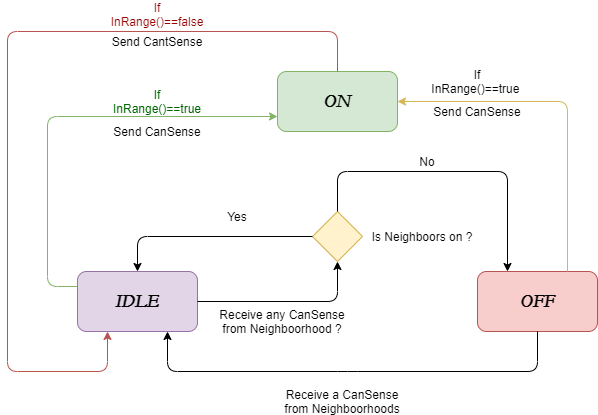
This is Latex/Immagini/Sensor_state_machine.png from PaioPaio/IMM-Sensors-Network, a draw.io export, as it was before one commit. Source tidied: cells renumbered, new cells last; positions are measured from the earlier drawing's top-left corner, leaving out a move shared by most shapes. Its diagram source:
```xml
<mxGraphModel>
  <root>
    <mxCell id="0" />
    <mxCell id="1" parent="0" />
    <mxCell id="2" style="rounded=1;whiteSpace=wrap;html=1;fillColor=#d5e8d4;strokeColor=#82b366;" parent="1" vertex="1">
      <mxGeometry x="270" y="60" width="120" height="60" as="geometry" />
    </mxCell>
    <mxCell id="3" style="rounded=1;whiteSpace=wrap;html=1;fillColor=#e1d5e7;strokeColor=#9673a6;" parent="1" vertex="1">
      <mxGeometry x="70" y="260" width="120" height="60" as="geometry" />
    </mxCell>
    <mxCell id="4" style="rounded=1;whiteSpace=wrap;html=1;fillColor=#f8cecc;strokeColor=#b85450;" parent="1" vertex="1">
      <mxGeometry x="470" y="260" width="120" height="60" as="geometry" />
    </mxCell>
    <mxCell id="5" style="endArrow=classic;html=1;entryX=1;entryY=0.5;entryDx=0;entryDy=0;fillColor=#fff2cc;strokeColor=#d6b656;exitX=0.75;exitY=0;exitDx=0;exitDy=0;" parent="1" edge="1" source="4" target="2">
      <mxGeometry relative="1" as="geometry">
        <Array as="points">
          <mxPoint x="560" y="90" />
        </Array>
      </mxGeometry>
    </mxCell>
    <mxCell id="6" style="rhombus;whiteSpace=wrap;html=1;fillColor=#fff2cc;strokeColor=#d6b656;" parent="1" vertex="1">
      <mxGeometry x="305" y="200" width="50" height="50" as="geometry" />
    </mxCell>
    <mxCell id="7" style="endArrow=classic;html=1;entryX=0.5;entryY=1;entryDx=0;entryDy=0;exitX=1;exitY=0.5;exitDx=0;exitDy=0;" parent="1" edge="1" source="3" target="6">
      <mxGeometry relative="1" as="geometry">
        <Array as="points">
          <mxPoint x="330" y="290" />
        </Array>
      </mxGeometry>
    </mxCell>
    <mxCell id="8" style="endArrow=classic;html=1;entryX=0.25;entryY=0;entryDx=0;entryDy=0;exitX=0.5;exitY=0;exitDx=0;exitDy=0;" parent="1" edge="1" source="6" target="4">
      <mxGeometry relative="1" as="geometry">
        <Array as="points">
          <mxPoint x="330" y="160" />
          <mxPoint x="500" y="160" />
        </Array>
      </mxGeometry>
    </mxCell>
    <mxCell id="9" style="endArrow=classic;html=1;entryX=0.5;entryY=0;entryDx=0;entryDy=0;exitX=0;exitY=0.5;exitDx=0;exitDy=0;" parent="1" edge="1" source="6" target="3">
      <mxGeometry relative="1" as="geometry">
        <Array as="points">
          <mxPoint x="130" y="225" />
        </Array>
      </mxGeometry>
    </mxCell>
    <mxCell id="10" style="endArrow=classic;html=1;entryX=0.75;entryY=1;entryDx=0;entryDy=0;exitX=0.5;exitY=1;exitDx=0;exitDy=0;fillColor=#d5e8d4;strokeColor=#000000;" parent="1" edge="1" source="4" target="3">
      <mxGeometry relative="1" as="geometry">
        <Array as="points">
          <mxPoint x="530" y="360" />
          <mxPoint x="340" y="360" />
          <mxPoint x="160" y="360" />
        </Array>
      </mxGeometry>
    </mxCell>
    <mxCell id="11" style="endArrow=classic;html=1;entryX=0;entryY=0.75;entryDx=0;entryDy=0;exitX=0;exitY=0.25;exitDx=0;exitDy=0;fillColor=#d5e8d4;strokeColor=#82b366;" parent="1" edge="1" source="3" target="2">
      <mxGeometry relative="1" as="geometry">
        <Array as="points">
          <mxPoint x="40" y="275" />
          <mxPoint x="40" y="105" />
        </Array>
      </mxGeometry>
    </mxCell>
    <mxCell id="12" style="endArrow=classic;html=1;entryX=0.25;entryY=1;entryDx=0;entryDy=0;exitX=0.5;exitY=0;exitDx=0;exitDy=0;fillColor=#f8cecc;strokeColor=#b85450;" parent="1" edge="1" source="2" target="3">
      <mxGeometry relative="1" as="geometry">
        <Array as="points">
          <mxPoint x="330" y="20" />
          <mxPoint y="20" />
          <mxPoint y="360" />
          <mxPoint x="100" y="360" />
        </Array>
      </mxGeometry>
    </mxCell>
    <mxCell id="13" value="&lt;font size=&quot;1&quot;&gt;&lt;b&gt;&lt;i&gt;&lt;font style=&quot;font-size: 18px&quot; face=&quot;Garamond&quot;&gt;ON&lt;/font&gt;&lt;/i&gt;&lt;/b&gt;&lt;/font&gt;" style="text;html=1;strokeColor=none;fillColor=none;align=center;verticalAlign=middle;whiteSpace=wrap;rounded=0;" parent="1" vertex="1">
      <mxGeometry x="310" y="80" width="40" height="20" as="geometry" />
    </mxCell>
    <mxCell id="14" value="&lt;font style=&quot;font-size: 18px&quot; face=&quot;Garamond&quot;&gt;&lt;b&gt;&lt;i&gt;&lt;font style=&quot;font-size: 18px&quot;&gt;IDLE&lt;/font&gt;&lt;/i&gt;&lt;/b&gt;&lt;/font&gt;" style="text;html=1;strokeColor=none;fillColor=none;align=center;verticalAlign=middle;whiteSpace=wrap;rounded=0;" parent="1" vertex="1">
      <mxGeometry x="110" y="280" width="40" height="20" as="geometry" />
    </mxCell>
    <mxCell id="15" value="&lt;font face=&quot;Garamond&quot;&gt;&lt;b&gt;&lt;i&gt;&lt;font style=&quot;font-size: 18px&quot;&gt;OFF&lt;/font&gt;&lt;/i&gt;&lt;/b&gt;&lt;/font&gt;" style="text;html=1;strokeColor=none;fillColor=none;align=center;verticalAlign=middle;whiteSpace=wrap;rounded=0;" parent="1" vertex="1">
      <mxGeometry x="510" y="280" width="40" height="20" as="geometry" />
    </mxCell>
    <mxCell id="16" value="If&lt;br&gt;InRange()==true&amp;nbsp;" style="text;html=1;strokeColor=none;fillColor=none;align=center;verticalAlign=middle;whiteSpace=wrap;rounded=0;" parent="1" vertex="1">
      <mxGeometry x="450" y="60" width="40" height="20" as="geometry" />
    </mxCell>
    <mxCell id="17" value="Receive a CanSense from Neighboorhoods" style="text;html=1;strokeColor=none;fillColor=none;align=center;verticalAlign=middle;whiteSpace=wrap;rounded=0;" parent="1" vertex="1">
      <mxGeometry x="270" y="380" width="130" height="20" as="geometry" />
    </mxCell>
    <mxCell id="18" value="&lt;font color=&quot;#006600&quot;&gt;If InRange()==true&lt;/font&gt;" style="text;html=1;strokeColor=none;fillColor=none;align=center;verticalAlign=middle;whiteSpace=wrap;rounded=0;" parent="1" vertex="1">
      <mxGeometry x="130" y="80" width="40" height="20" as="geometry" />
    </mxCell>
    <mxCell id="19" value="&lt;font color=&quot;#990000&quot;&gt;If InRange()==false&lt;br&gt;&lt;br&gt;&lt;/font&gt;" style="text;html=1;strokeColor=none;fillColor=none;align=center;verticalAlign=middle;whiteSpace=wrap;rounded=0;" parent="1" vertex="1">
      <mxGeometry x="130" width="40" height="20" as="geometry" />
    </mxCell>
    <mxCell id="20" value="Receive any CanSense from Neighboorhood ?" style="text;html=1;strokeColor=none;fillColor=none;align=center;verticalAlign=middle;whiteSpace=wrap;rounded=0;" parent="1" vertex="1">
      <mxGeometry x="210" y="300" width="130" height="20" as="geometry" />
    </mxCell>
    <mxCell id="21" style="edgeStyle=orthogonalEdgeStyle;rounded=0;orthogonalLoop=1;jettySize=auto;html=1;exitX=0.5;exitY=1;exitDx=0;exitDy=0;" parent="1" edge="1" source="20" target="20">
      <mxGeometry relative="1" as="geometry" />
    </mxCell>
    <mxCell id="22" value="Is Neighboors on ?" style="text;html=1;strokeColor=none;fillColor=none;align=center;verticalAlign=middle;whiteSpace=wrap;rounded=0;" parent="1" vertex="1">
      <mxGeometry x="360" y="215" width="110" height="20" as="geometry" />
    </mxCell>
    <mxCell id="23" value="No" style="text;html=1;strokeColor=none;fillColor=none;align=center;verticalAlign=middle;whiteSpace=wrap;rounded=0;" parent="1" vertex="1">
      <mxGeometry x="400" y="140" width="40" height="20" as="geometry" />
    </mxCell>
    <mxCell id="24" value="Yes" style="text;html=1;strokeColor=none;fillColor=none;align=center;verticalAlign=middle;whiteSpace=wrap;rounded=0;" parent="1" vertex="1">
      <mxGeometry x="210" y="195" width="40" height="20" as="geometry" />
    </mxCell>
    <mxCell id="25" value="Send CanSense" style="text;html=1;strokeColor=none;fillColor=none;align=center;verticalAlign=middle;whiteSpace=wrap;rounded=0;" parent="1" vertex="1">
      <mxGeometry x="100" y="110" width="100" height="20" as="geometry" />
    </mxCell>
    <mxCell id="26" value="Send CantSense" style="text;html=1;strokeColor=none;fillColor=none;align=center;verticalAlign=middle;whiteSpace=wrap;rounded=0;" parent="1" vertex="1">
      <mxGeometry x="100" y="20" width="100" height="20" as="geometry" />
    </mxCell>
    <mxCell id="27" value="Send CanSense" style="text;html=1;strokeColor=none;fillColor=none;align=center;verticalAlign=middle;whiteSpace=wrap;rounded=0;" parent="1" vertex="1">
      <mxGeometry x="420" y="90" width="100" height="20" as="geometry" />
    </mxCell>
  </root>
</mxGraphModel>
```
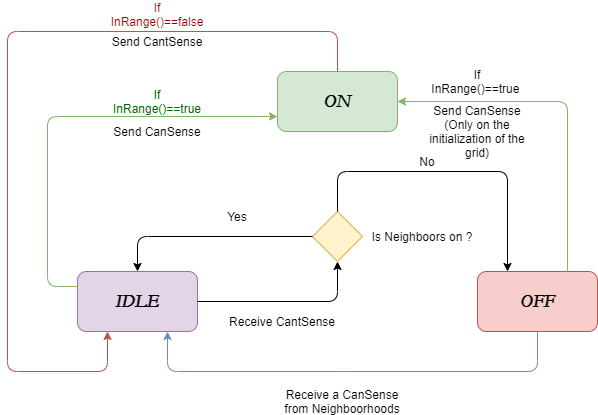
The same diagram one commit later.

The edit, as a diff of the source:
```diff
@@ -11,7 +11,7 @@
     <mxCell id="4" style="rounded=1;whiteSpace=wrap;html=1;fillColor=#f8cecc;strokeColor=#b85450;" parent="1" vertex="1">
       <mxGeometry x="470" y="260" width="120" height="60" as="geometry" />
     </mxCell>
-    <mxCell id="5" style="endArrow=classic;html=1;entryX=1;entryY=0.5;entryDx=0;entryDy=0;fillColor=#fff2cc;strokeColor=#d6b656;exitX=0.75;exitY=0;exitDx=0;exitDy=0;" parent="1" edge="1" source="4" target="2">
+    <mxCell id="5" style="endArrow=classic;html=1;entryX=1;entryY=0.5;entryDx=0;entryDy=0;fillColor=#d5e8d4;strokeColor=#82b366;exitX=0.75;exitY=0;exitDx=0;exitDy=0;" parent="1" edge="1" source="4" target="2">
       <mxGeometry relative="1" as="geometry">
         <Array as="points">
           <mxPoint x="560" y="90" />
@@ -43,7 +43,7 @@
         </Array>
       </mxGeometry>
     </mxCell>
-    <mxCell id="10" style="endArrow=classic;html=1;entryX=0.75;entryY=1;entryDx=0;entryDy=0;exitX=0.5;exitY=1;exitDx=0;exitDy=0;fillColor=#d5e8d4;strokeColor=#000000;" parent="1" edge="1" source="4" target="3">
+    <mxCell id="10" style="endArrow=classic;html=1;entryX=0.75;entryY=1;entryDx=0;entryDy=0;exitX=0.5;exitY=1;exitDx=0;exitDy=0;fillColor=#dae8fc;strokeColor=#6c8ebf;" parent="1" edge="1" source="4" target="3">
       <mxGeometry relative="1" as="geometry">
         <Array as="points">
           <mxPoint x="530" y="360" />
@@ -91,7 +91,7 @@
     <mxCell id="19" value="&lt;font color=&quot;#990000&quot;&gt;If InRange()==false&lt;br&gt;&lt;br&gt;&lt;/font&gt;" style="text;html=1;strokeColor=none;fillColor=none;align=center;verticalAlign=middle;whiteSpace=wrap;rounded=0;" parent="1" vertex="1">
       <mxGeometry x="130" width="40" height="20" as="geometry" />
     </mxCell>
-    <mxCell id="20" value="Receive any CanSense from Neighboorhood ?" style="text;html=1;strokeColor=none;fillColor=none;align=center;verticalAlign=middle;whiteSpace=wrap;rounded=0;" parent="1" vertex="1">
+    <mxCell id="20" value="Receive CantSense" style="text;html=1;strokeColor=none;fillColor=none;align=center;verticalAlign=middle;whiteSpace=wrap;rounded=0;" parent="1" vertex="1">
       <mxGeometry x="210" y="300" width="130" height="20" as="geometry" />
     </mxCell>
     <mxCell id="21" style="edgeStyle=orthogonalEdgeStyle;rounded=0;orthogonalLoop=1;jettySize=auto;html=1;exitX=0.5;exitY=1;exitDx=0;exitDy=0;" parent="1" edge="1" source="20" target="20">
@@ -112,8 +112,8 @@
     <mxCell id="26" value="Send CantSense" style="text;html=1;strokeColor=none;fillColor=none;align=center;verticalAlign=middle;whiteSpace=wrap;rounded=0;" parent="1" vertex="1">
       <mxGeometry x="100" y="20" width="100" height="20" as="geometry" />
     </mxCell>
-    <mxCell id="27" value="Send CanSense" style="text;html=1;strokeColor=none;fillColor=none;align=center;verticalAlign=middle;whiteSpace=wrap;rounded=0;" parent="1" vertex="1">
-      <mxGeometry x="420" y="90" width="100" height="20" as="geometry" />
+    <mxCell id="27" value="Send CanSense&lt;br&gt;(Only on the initialization of the grid)" style="text;html=1;strokeColor=none;fillColor=none;align=center;verticalAlign=middle;whiteSpace=wrap;rounded=0;" parent="1" vertex="1">
+      <mxGeometry x="420" y="110" width="100" height="20" as="geometry" />
     </mxCell>
   </root>
 </mxGraphModel>
```
